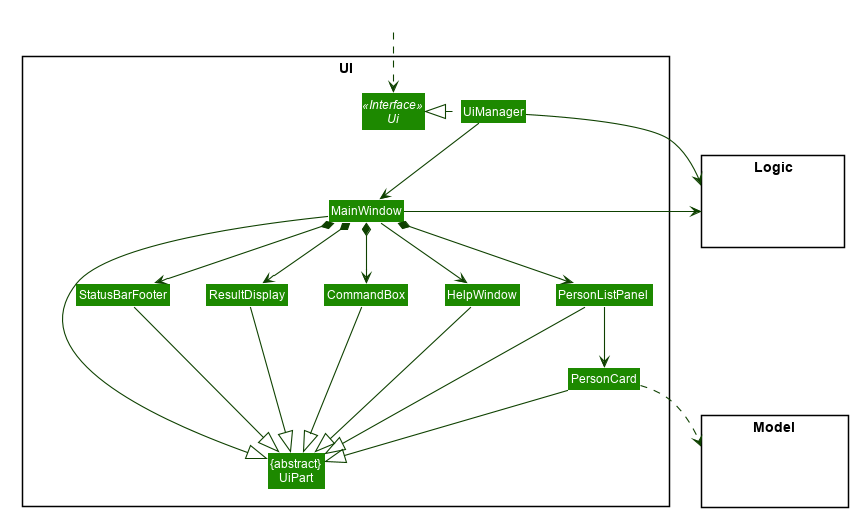
This is docs/images/UiClassDiagram.png from nus-cs2103-AY2021S2/tp, a PlantUML export, as it was before one commit.
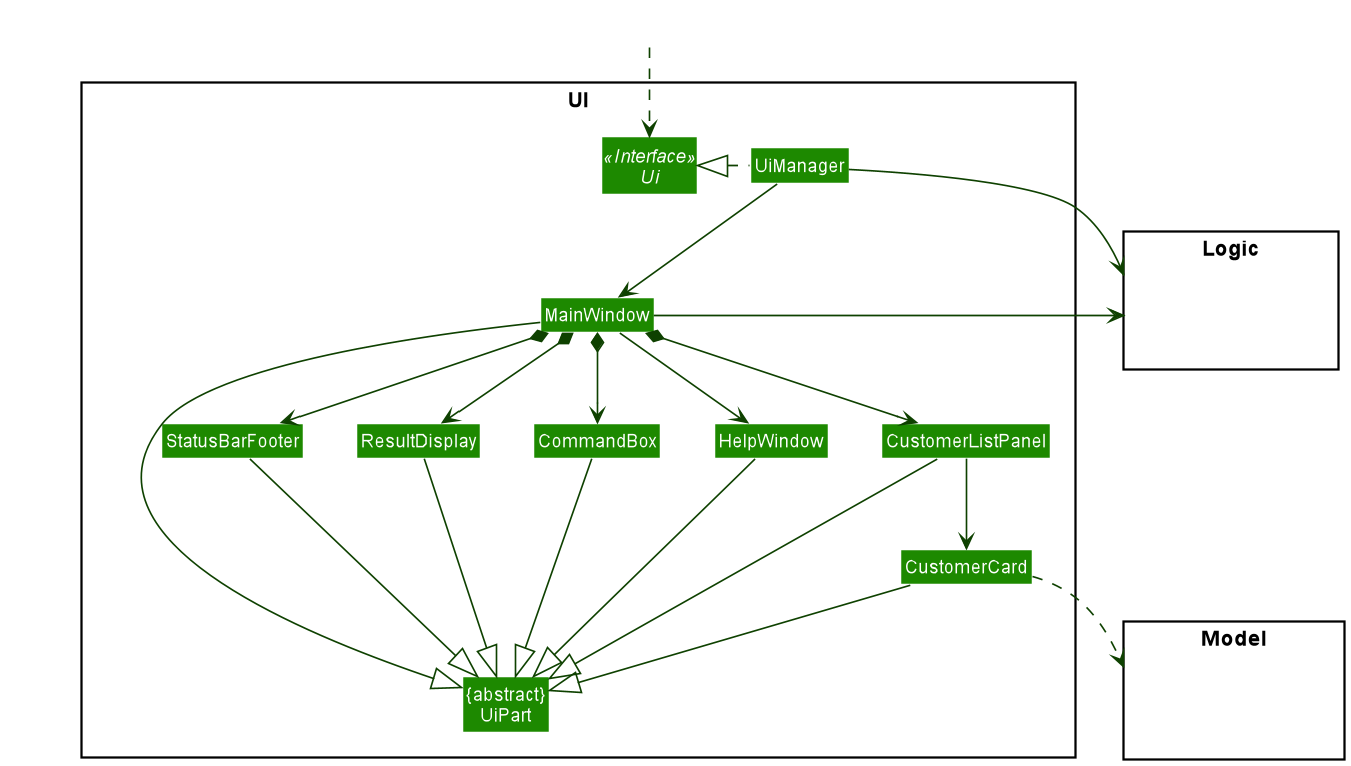
After the commit.

Change to the diagram source:
```diff
@@ -1,55 +1,8 @@
 @startuml
-
-
-
-
-
-
-
-
-skinparam BackgroundColor #FFFFFFF
-
-skinparam Shadowing false
-
-skinparam Class {
-    FontColor #FFFFFF
-    BorderThickness 1
-    BorderColor #FFFFFF
-    StereotypeFontColor #FFFFFF
-    FontName Arial
-}
-
-skinparam Actor {
-    BorderColor #000000
-    Color #000000
-    FontName Arial
-}
-
-skinparam Sequence {
-    MessageAlign center
-    BoxFontSize 15
-    BoxPadding 0
-    BoxFontColor #FFFFFF
-    FontName Arial
-}
-
-skinparam Participant {
-    FontColor #FFFFFFF
-    Padding 20
-}
-
-skinparam MinClassWidth 50
-skinparam ParticipantPadding 10
-skinparam Shadowing false
-skinparam DefaultTextAlignment center
-skinparam packageStyle Rectangle
-
-hide footbox
-hide members
-hide circle
+!include style.puml
 skinparam arrowThickness 1.1
-skinparam arrowColor #0E4100
-skinparam classBackgroundColor #1D8900
+skinparam arrowColor UI_COLOR_T4
+skinparam classBackgroundColor UI_COLOR
 
 package UI <<Rectangle>>{
 Interface Ui <<Interface>>
@@ -58,8 +11,8 @@
 Class MainWindow
 Class HelpWindow
 Class ResultDisplay
-Class PersonListPanel
-Class PersonCard
+Class CustomerListPanel
+Class CustomerCard
 Class StatusBarFooter
 Class CommandBox
 }
@@ -80,25 +33,25 @@
 MainWindow --> HelpWindow
 MainWindow *-down-> CommandBox
 MainWindow *-down-> ResultDisplay
-MainWindow *-down-> PersonListPanel
+MainWindow *-down-> CustomerListPanel
 MainWindow *-down-> StatusBarFooter
 
-PersonListPanel -down-> PersonCard
+CustomerListPanel -down-> CustomerCard
 
 MainWindow -left-|> UiPart
 
 ResultDisplay --|> UiPart
 CommandBox --|> UiPart
-PersonListPanel --|> UiPart
-PersonCard --|> UiPart
+CustomerListPanel --|> UiPart
+CustomerCard --|> UiPart
 StatusBarFooter --|> UiPart
 HelpWindow -down-|> UiPart
 
-PersonCard ..> Model
+CustomerCard ..> Model
 UiManager -right-> Logic
 MainWindow -left-> Logic
 
-PersonListPanel -[hidden]left- HelpWindow
+CustomerListPanel -[hidden]left- HelpWindow
 HelpWindow -[hidden]left- CommandBox
 CommandBox -[hidden]left- ResultDisplay
 ResultDisplay -[hidden]left- StatusBarFooter
```
